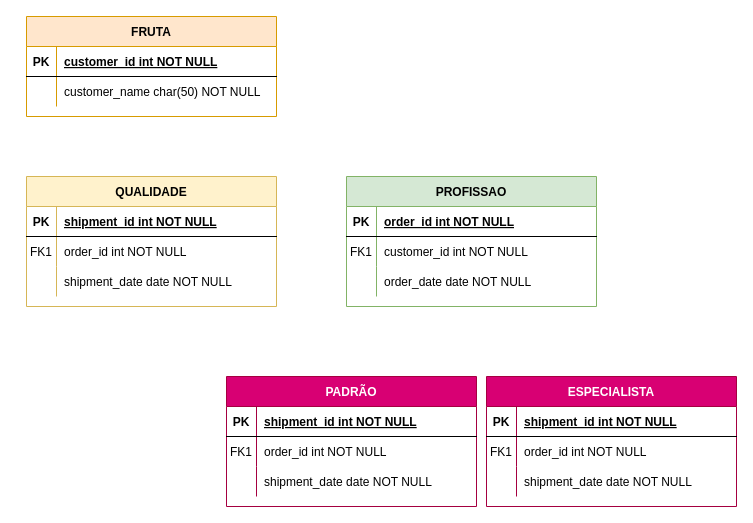
Above: EntityFrutasSDV.drawio in pampzrd/12Consultas (draw.io), before the change. Source tidied: cells renumbered, new cells numbered last; positions are measured from the earlier drawing's top-left corner, leaving out a move shared by most shapes. Both pictures are drawn from the tidied source at 100%, with x=0, y=0 at pixel (26, 16).
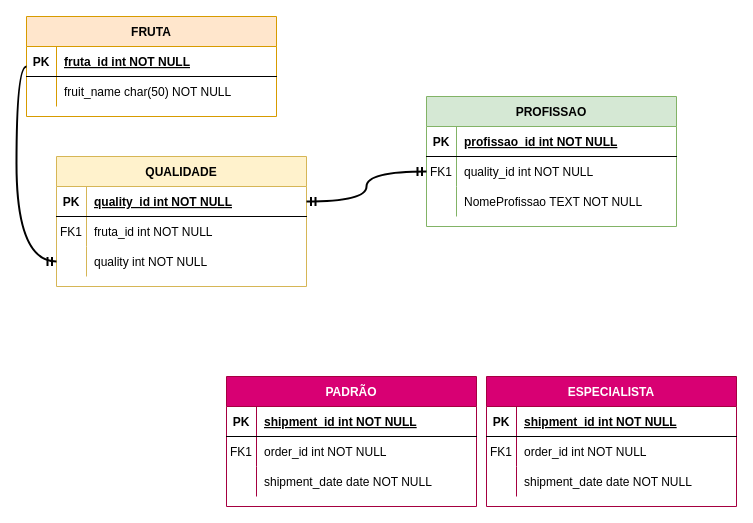
After the change.

Unchanged cells that the change refers to:
```xml
<mxCell id="3" style="shape=partialRectangle;fillColor=none;top=0;left=0;right=0;bottom=1;" parent="2" vertex="1">
  <mxGeometry y="30" width="250" height="30" as="geometry" />
</mxCell>
<mxCell id="6" style="shape=partialRectangle;fillColor=none;points=[[0,0.5],[1,0.5]];portConstraint=eastwest;top=0;left=0;right=0;bottom=0;" parent="2" vertex="1">
  <mxGeometry y="60" width="250" height="30" as="geometry" />
</mxCell>
<mxCell id="9" style="shape=partialRectangle;fillColor=none;top=0;left=0;right=0;bottom=0;" parent="2" vertex="1">
  <mxGeometry y="90" width="250" height="30" as="geometry" />
</mxCell>
<mxCell id="13" style="shape=partialRectangle;fillColor=none;points=[[0,0.5],[1,0.5]];portConstraint=eastwest;top=0;left=0;right=0;bottom=1;" parent="12" vertex="1">
  <mxGeometry y="30" width="250" height="30" as="geometry" />
</mxCell>
<mxCell id="16" style="shape=partialRectangle;fillColor=none;top=0;left=0;right=0;bottom=0;" parent="12" vertex="1">
  <mxGeometry y="60" width="250" height="30" as="geometry" />
</mxCell>
<mxCell id="19" style="shape=partialRectangle;fillColor=none;points=[[0,0.5],[1,0.5]];portConstraint=eastwest;top=0;left=0;right=0;bottom=0;" parent="12" vertex="1">
  <mxGeometry y="90" width="250" height="30" as="geometry" />
</mxCell>
<mxCell id="22" value="FRUTA" style="shape=table;startSize=30;childLayout=tableLayout;rowLines=0;fontStyle=1;align=center;fillColor=#ffe6cc;strokeColor=#d79b00;" parent="1" vertex="1">
  <mxGeometry width="250" height="100" as="geometry" />
</mxCell>
<mxCell id="23" style="shape=partialRectangle;fillColor=none;top=0;left=0;right=0;bottom=1;" parent="22" vertex="1">
  <mxGeometry y="30" width="250" height="30" as="geometry" />
</mxCell>
<mxCell id="26" style="shape=partialRectangle;fillColor=none;top=0;left=0;right=0;bottom=0;" parent="22" vertex="1">
  <mxGeometry y="60" width="250" height="30" as="geometry" />
</mxCell>
```

Diff of the diagram source:
```diff
@@
     <mxCell id="2" value="PROFISSAO" style="shape=table;startSize=30;childLayout=tableLayout;rowLines=0;fontStyle=1;align=center;fillColor=#d5e8d4;strokeColor=#82b366;" parent="1" vertex="1">
-      <mxGeometry x="320" y="160" width="250" height="130" as="geometry" />
+      <mxGeometry x="400" y="80" width="250" height="130" as="geometry" />
     </mxCell>
@@
-    <mxCell id="5" value="order_id int NOT NULL " style="shape=partialRectangle;overflow=hidden;fillColor=none;top=0;left=0;bottom=0;right=0;align=left;spacingLeft=6;fontStyle=5;" parent="3" vertex="1">
+    <mxCell id="5" value="profissao_id int NOT NULL " style="shape=partialRectangle;overflow=hidden;fillColor=none;top=0;left=0;bottom=0;right=0;align=left;spacingLeft=6;fontStyle=5;" parent="3" vertex="1">
       <mxGeometry x="30" width="220" height="30" as="geometry" />
     </mxCell>
@@
-    <mxCell id="8" value="customer_id int NOT NULL" style="shape=partialRectangle;overflow=hidden;fillColor=none;top=0;left=0;bottom=0;right=0;align=left;spacingLeft=6;" parent="6" vertex="1">
+    <mxCell id="8" value="quality_id int NOT NULL" style="shape=partialRectangle;overflow=hidden;fillColor=none;top=0;left=0;bottom=0;right=0;align=left;spacingLeft=6;" parent="6" vertex="1">
       <mxGeometry x="30" width="220" height="30" as="geometry" />
     </mxCell>
@@
-    <mxCell id="11" value="order_date date NOT NULL" style="shape=partialRectangle;overflow=hidden;fillColor=none;top=0;left=0;bottom=0;right=0;align=left;spacingLeft=6;" parent="9" vertex="1">
+    <mxCell id="11" value="NomeProfissao TEXT NOT NULL" style="shape=partialRectangle;overflow=hidden;fillColor=none;top=0;left=0;bottom=0;right=0;align=left;spacingLeft=6;" parent="9" vertex="1">
       <mxGeometry x="30" width="220" height="30" as="geometry" />
     </mxCell>
     <mxCell id="12" value="QUALIDADE" style="shape=table;startSize=30;childLayout=tableLayout;rowLines=0;fontStyle=1;align=center;fillColor=#fff2cc;strokeColor=#d6b656;" parent="1" vertex="1">
-      <mxGeometry y="160" width="250" height="130" as="geometry" />
+      <mxGeometry x="30" y="140" width="250" height="130" as="geometry" />
     </mxCell>
@@
-    <mxCell id="15" value="shipment_id int NOT NULL " style="shape=partialRectangle;overflow=hidden;fillColor=none;top=0;left=0;bottom=0;right=0;align=left;spacingLeft=6;fontStyle=5;" parent="13" vertex="1">
+    <mxCell id="15" value="quality_id int NOT NULL " style="shape=partialRectangle;overflow=hidden;fillColor=none;top=0;left=0;bottom=0;right=0;align=left;spacingLeft=6;fontStyle=5;" parent="13" vertex="1">
       <mxGeometry x="30" width="220" height="30" as="geometry" />
     </mxCell>
@@
-    <mxCell id="18" value="order_id int NOT NULL" style="shape=partialRectangle;overflow=hidden;fillColor=none;top=0;left=0;bottom=0;right=0;align=left;spacingLeft=6;" parent="16" vertex="1">
+    <mxCell id="18" value="fruta_id int NOT NULL" style="shape=partialRectangle;overflow=hidden;fillColor=none;top=0;left=0;bottom=0;right=0;align=left;spacingLeft=6;" parent="16" vertex="1">
       <mxGeometry x="30" width="220" height="30" as="geometry" />
     </mxCell>
@@
-    <mxCell id="21" value="shipment_date date NOT NULL" style="shape=partialRectangle;overflow=hidden;fillColor=none;top=0;left=0;bottom=0;right=0;align=left;spacingLeft=6;" parent="19" vertex="1">
+    <mxCell id="21" value="quality int NOT NULL" style="shape=partialRectangle;overflow=hidden;fillColor=none;top=0;left=0;bottom=0;right=0;align=left;spacingLeft=6;" parent="19" vertex="1">
       <mxGeometry x="30" width="220" height="30" as="geometry" />
     </mxCell>
@@
-    <mxCell id="25" value="customer_id int NOT NULL " style="shape=partialRectangle;overflow=hidden;fillColor=none;top=0;left=0;bottom=0;right=0;align=left;spacingLeft=6;fontStyle=5;" parent="23" vertex="1">
+    <mxCell id="25" value="fruta_id int NOT NULL " style="shape=partialRectangle;overflow=hidden;fillColor=none;top=0;left=0;bottom=0;right=0;align=left;spacingLeft=6;fontStyle=5;" parent="23" vertex="1">
       <mxGeometry x="30" width="220" height="30" as="geometry" />
     </mxCell>
@@
-    <mxCell id="28" value="customer_name char(50) NOT NULL" style="shape=partialRectangle;overflow=hidden;fillColor=none;top=0;left=0;bottom=0;right=0;align=left;spacingLeft=6;" parent="26" vertex="1">
+    <mxCell id="28" value="fruit_name char(50) NOT NULL" style="shape=partialRectangle;overflow=hidden;fillColor=none;top=0;left=0;bottom=0;right=0;align=left;spacingLeft=6;" parent="26" vertex="1">
       <mxGeometry x="30" width="220" height="30" as="geometry" />
     </mxCell>
@@
+    <mxCell id="49" style="fontSize=12;html=1;endArrow=ERmandOne;rounded=0;exitX=0;exitY=0.5;exitDx=0;exitDy=0;entryX=0;entryY=0.5;entryDx=0;entryDy=0;strokeWidth=2;edgeStyle=orthogonalEdgeStyle;curved=1;" parent="1" edge="1" source="22" target="19">
+      <mxGeometry relative="1" as="geometry" />
+    </mxCell>
+    <mxCell id="50" style="edgeStyle=orthogonalEdgeStyle;fontSize=12;html=1;endArrow=ERmandOne;startArrow=ERmandOne;rounded=0;entryX=0;entryY=0.5;entryDx=0;entryDy=0;strokeWidth=2;curved=1;" parent="1" edge="1" source="13" target="6">
+      <mxGeometry relative="1" as="geometry" />
+    </mxCell>
```
